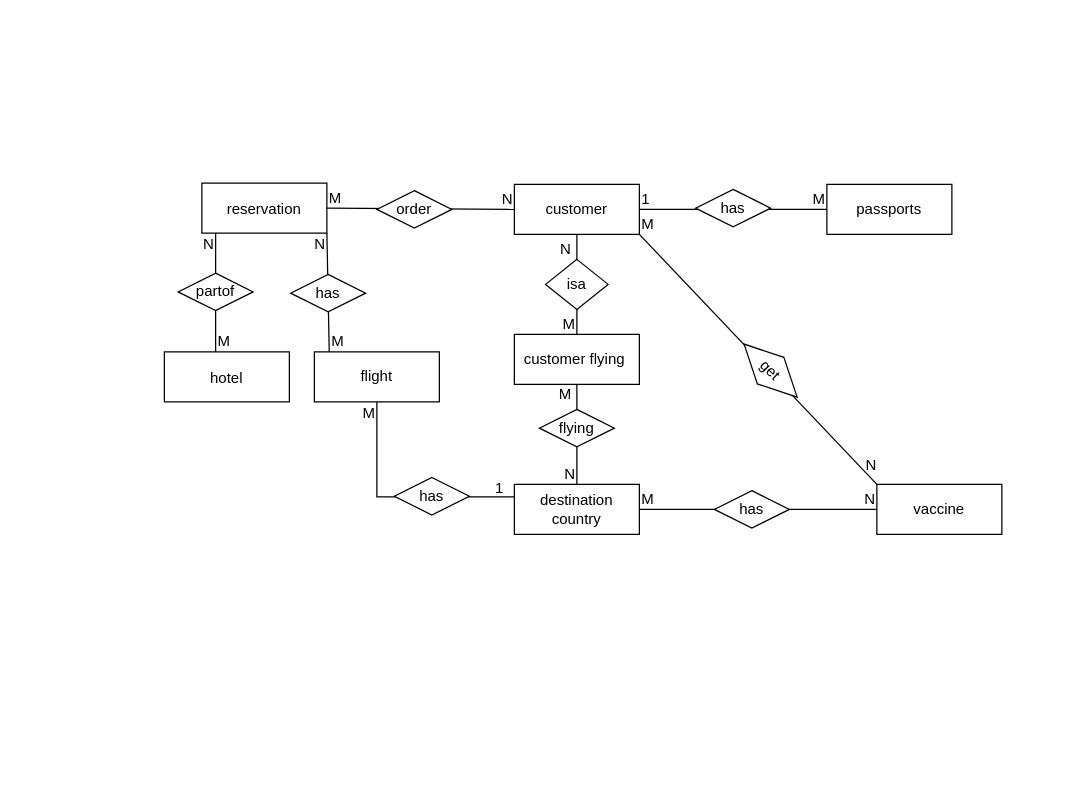
Earlier version of the draw.io diagram Tourist.drawio (oran950/DataBase_ERD). Source tidied: cells renumbered, new cells numbered last; positions are measured from the earlier drawing's top-left corner, leaving out a move shared by most shapes. Both pictures are drawn from the tidied source at 125%, with x=0, y=0 at pixel (164, 182).
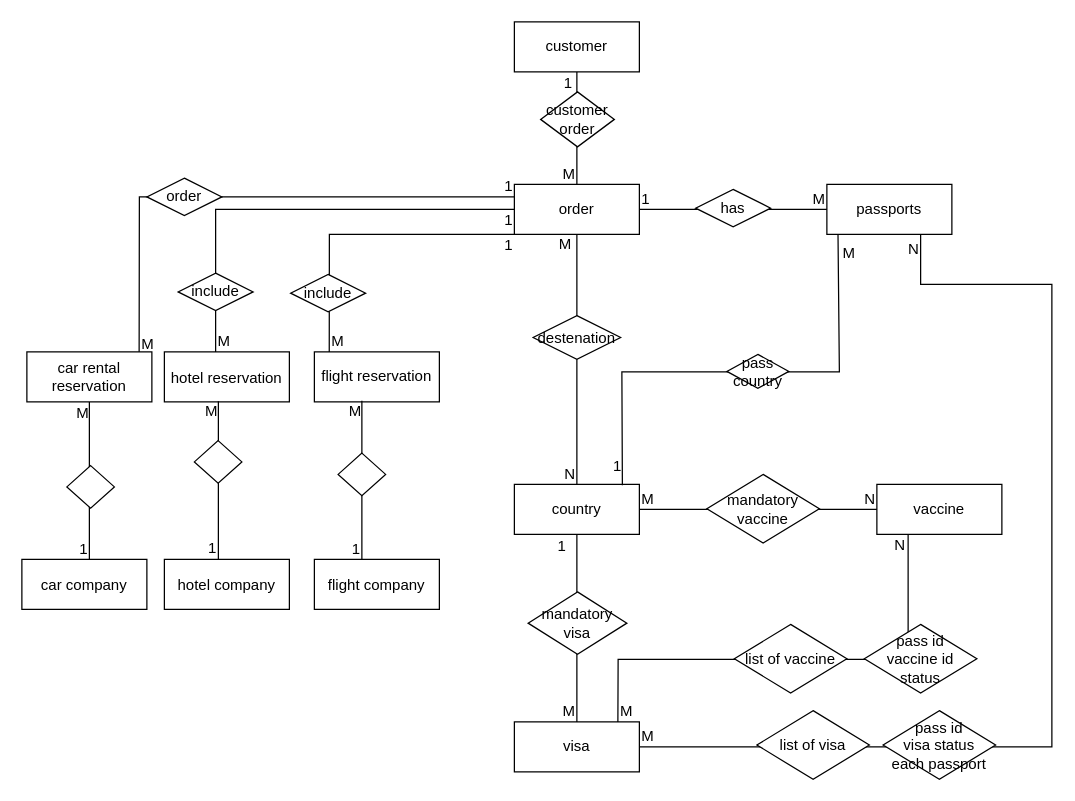
The same page after the edit.

The change refers to these unchanged cells:
```xml
<mxCell id="3" value="passports" style="whiteSpace=wrap;html=1;align=center;" parent="1" vertex="1">
  <mxGeometry x="530" y="1" width="100" height="40" as="geometry" />
</mxCell>
<mxCell id="5" value="vaccine" style="whiteSpace=wrap;html=1;align=center;" parent="1" vertex="1">
  <mxGeometry x="570" y="241" width="100" height="40" as="geometry" />
</mxCell>
```

Diff of the diagram source:
```diff
@@
-    <mxCell id="2" value="customer" style="whiteSpace=wrap;html=1;align=center;" parent="1" vertex="1">
+    <mxCell id="2" value="order" style="whiteSpace=wrap;html=1;align=center;" parent="1" vertex="1">
       <mxGeometry x="280" y="1" width="100" height="40" as="geometry" />
     </mxCell>
@@
-    <mxCell id="4" value="destination country" style="whiteSpace=wrap;html=1;align=center;" parent="1" vertex="1">
+    <mxCell id="4" value="country" style="whiteSpace=wrap;html=1;align=center;" parent="1" vertex="1">
       <mxGeometry x="280" y="241" width="100" height="40" as="geometry" />
     </mxCell>
@@
-    <mxCell id="6" value="reservation&lt;span style=&quot;font-size:11.0pt;line-height:107%;font-family:&amp;quot;Segoe UI&amp;quot;,sans-serif;&lt;br/&gt;mso-fareast-font-family:Calibri;mso-fareast-theme-font:minor-latin;color:#374151;&lt;br/&gt;mso-ansi-language:EN-US;mso-fareast-language:EN-US;mso-bidi-language:HE&quot;&gt;&lt;/span&gt;" style="whiteSpace=wrap;html=1;align=center;" parent="1" vertex="1">
-      <mxGeometry x="30" width="100" height="40" as="geometry" />
-    </mxCell>
-    <mxCell id="7" value="hotel&lt;span style=&quot;font-size:11.0pt;line-height:107%;font-family:&amp;quot;Segoe UI&amp;quot;,sans-serif;&lt;br/&gt;mso-fareast-font-family:Calibri;mso-fareast-theme-font:minor-latin;color:#374151;&lt;br/&gt;mso-ansi-language:EN-US;mso-fareast-language:EN-US;mso-bidi-language:HE&quot;&gt;&lt;/span&gt;" style="whiteSpace=wrap;html=1;align=center;" parent="1" vertex="1">
+    <mxCell id="7" value="hotel&amp;nbsp;&lt;span style=&quot;font-size:11.0pt;line-height:107%;font-family:&amp;quot;Segoe UI&amp;quot;,sans-serif;&lt;br/&gt;mso-fareast-font-family:Calibri;mso-fareast-theme-font:minor-latin;color:#374151;&lt;br/&gt;mso-ansi-language:EN-US;mso-fareast-language:EN-US;mso-bidi-language:HE&quot;&gt;&lt;/span&gt;reservation" style="whiteSpace=wrap;html=1;align=center;" parent="1" vertex="1">
       <mxGeometry y="135" width="100" height="40" as="geometry" />
     </mxCell>
-    <mxCell id="8" value="flight" style="whiteSpace=wrap;html=1;align=center;" parent="1" vertex="1">
+    <mxCell id="8" value="flight reservation" style="whiteSpace=wrap;html=1;align=center;" parent="1" vertex="1">
       <mxGeometry x="120" y="135" width="100" height="40" as="geometry" />
     </mxCell>
@@
-    <mxCell id="16" value="has" style="shape=rhombus;perimeter=rhombusPerimeter;whiteSpace=wrap;html=1;align=center;" parent="1" vertex="1">
-      <mxGeometry x="440" y="246" width="60" height="30" as="geometry" />
+    <mxCell id="16" value="mandatory vaccine" style="shape=rhombus;perimeter=rhombusPerimeter;whiteSpace=wrap;html=1;align=center;" parent="1" vertex="1">
+      <mxGeometry x="434" y="233" width="90" height="55" as="geometry" />
     </mxCell>
-    <mxCell id="17" value="customer&amp;nbsp;flying&amp;nbsp;" style="whiteSpace=wrap;html=1;align=center;" parent="1" vertex="1">
-      <mxGeometry x="280" y="121" width="100" height="40" as="geometry" />
-    </mxCell>
-    <mxCell id="18" style="endArrow=none;html=1;rounded=0;exitX=0.5;exitY=1;exitDx=0;exitDy=0;entryX=0.5;entryY=0;entryDx=0;entryDy=0;" parent="1" edge="1" source="2" target="17">
-      <mxGeometry relative="1" as="geometry" />
-    </mxCell>
-    <mxCell id="19" value="N" style="html=1;whiteSpace=wrap;align=left;verticalAlign=bottom;" parent="18" vertex="1">
-      <mxGeometry x="-1" relative="1" as="geometry">
-        <mxPoint x="-15" y="20" as="offset" />
-      </mxGeometry>
-    </mxCell>
-    <mxCell id="20" value="M" style="html=1;whiteSpace=wrap;align=right;verticalAlign=bottom;" parent="18" vertex="1">
-      <mxGeometry x="1" relative="1" as="geometry" />
-    </mxCell>
-    <mxCell id="21" value="isa" style="shape=rhombus;perimeter=rhombusPerimeter;whiteSpace=wrap;html=1;align=center;" parent="1" vertex="1">
-      <mxGeometry x="305" y="61" width="50" height="40" as="geometry" />
-    </mxCell>
-    <mxCell id="22" style="endArrow=none;html=1;rounded=0;exitX=0.5;exitY=1;exitDx=0;exitDy=0;entryX=0.5;entryY=0;entryDx=0;entryDy=0;" parent="1" edge="1" source="17" target="4">
+    <mxCell id="22" style="endArrow=none;html=1;rounded=0;entryX=0.5;entryY=0;entryDx=0;entryDy=0;" parent="1" edge="1" source="2" target="4">
       <mxGeometry relative="1" as="geometry" />
     </mxCell>
@@
-    <mxCell id="25" value="flying" style="shape=rhombus;perimeter=rhombusPerimeter;whiteSpace=wrap;html=1;align=center;" parent="1" vertex="1">
-      <mxGeometry x="300" y="181" width="60" height="30" as="geometry" />
+    <mxCell id="25" value="destenation" style="shape=rhombus;perimeter=rhombusPerimeter;whiteSpace=wrap;html=1;align=center;" parent="1" vertex="1">
+      <mxGeometry x="295" y="106" width="70" height="35" as="geometry" />
     </mxCell>
-    <mxCell id="26" style="endArrow=none;html=1;rounded=0;exitX=0.5;exitY=0;exitDx=0;exitDy=0;entryX=0.5;entryY=1;entryDx=0;entryDy=0;" parent="1" edge="1">
+    <mxCell id="26" style="endArrow=none;html=1;rounded=0;exitX=0.5;exitY=0;exitDx=0;exitDy=0;entryX=0;entryY=0.5;entryDx=0;entryDy=0;" parent="1" edge="1" target="2">
       <mxGeometry relative="1" as="geometry">
         <mxPoint x="41" y="135" as="sourcePoint" />
-        <mxPoint x="41" y="40" as="targetPoint" />
+        <Array as="points">
+          <mxPoint x="41" y="21" />
+        </Array>
       </mxGeometry>
     </mxCell>
@@
-    <mxCell id="28" value="N" style="html=1;whiteSpace=wrap;align=right;verticalAlign=bottom;" parent="26" vertex="1">
+    <mxCell id="28" value="1" style="html=1;whiteSpace=wrap;align=right;verticalAlign=bottom;" parent="26" vertex="1">
       <mxGeometry x="1" relative="1" as="geometry">
         <mxPoint y="17" as="offset" />
       </mxGeometry>
     </mxCell>
-    <mxCell id="29" value="partof" style="shape=rhombus;perimeter=rhombusPerimeter;whiteSpace=wrap;html=1;align=center;" parent="1" vertex="1">
+    <mxCell id="29" value="include" style="shape=rhombus;perimeter=rhombusPerimeter;whiteSpace=wrap;html=1;align=center;" parent="1" vertex="1">
       <mxGeometry x="11" y="72" width="60" height="30" as="geometry" />
     </mxCell>
-    <mxCell id="30" style="endArrow=none;html=1;rounded=0;exitX=1;exitY=0.5;exitDx=0;exitDy=0;entryX=0;entryY=0.5;entryDx=0;entryDy=0;" parent="1" edge="1" source="6" target="2">
-      <mxGeometry relative="1" as="geometry" />
+    <mxCell id="30" style="endArrow=none;html=1;rounded=0;entryX=0;entryY=0.25;entryDx=0;entryDy=0;exitX=0.898;exitY=0.046;exitDx=0;exitDy=0;exitPerimeter=0;" parent="1" edge="1" source="60" target="2">
+      <mxGeometry relative="1" as="geometry">
+        <Array as="points">
+          <mxPoint x="-20" y="11" />
+        </Array>
+      </mxGeometry>
     </mxCell>
@@
-    <mxCell id="32" value="N" style="html=1;whiteSpace=wrap;align=right;verticalAlign=bottom;" parent="30" vertex="1">
+    <mxCell id="32" value="1" style="html=1;whiteSpace=wrap;align=right;verticalAlign=bottom;" parent="30" vertex="1">
       <mxGeometry x="1" relative="1" as="geometry" />
     </mxCell>
     <mxCell id="33" value="order" style="shape=rhombus;perimeter=rhombusPerimeter;whiteSpace=wrap;html=1;align=center;" parent="1" vertex="1">
-      <mxGeometry x="170" y="6" width="60" height="30" as="geometry" />
+      <mxGeometry x="-14" y="-4" width="60" height="30" as="geometry" />
     </mxCell>
-    <mxCell id="34" style="endArrow=none;html=1;rounded=0;entryX=1;entryY=1;entryDx=0;entryDy=0;exitX=0.119;exitY=0.002;exitDx=0;exitDy=0;exitPerimeter=0;" parent="1" edge="1" source="8" target="6">
-      <mxGeometry relative="1" as="geometry" />
+    <mxCell id="34" style="endArrow=none;html=1;rounded=0;entryX=0;entryY=1;entryDx=0;entryDy=0;exitX=0.119;exitY=0.002;exitDx=0;exitDy=0;exitPerimeter=0;" parent="1" edge="1" source="8" target="2">
+      <mxGeometry relative="1" as="geometry">
+        <Array as="points">
+          <mxPoint x="132" y="41" />
+        </Array>
+      </mxGeometry>
     </mxCell>
@@
-    <mxCell id="36" value="N" style="html=1;whiteSpace=wrap;align=right;verticalAlign=bottom;" parent="34" vertex="1">
+    <mxCell id="36" value="1" style="html=1;whiteSpace=wrap;align=right;verticalAlign=bottom;" parent="34" vertex="1">
       <mxGeometry x="1" relative="1" as="geometry">
         <mxPoint y="17" as="offset" />
       </mxGeometry>
     </mxCell>
-    <mxCell id="37" value="has" style="shape=rhombus;perimeter=rhombusPerimeter;whiteSpace=wrap;html=1;align=center;" parent="1" vertex="1">
+    <mxCell id="37" value="include" style="shape=rhombus;perimeter=rhombusPerimeter;whiteSpace=wrap;html=1;align=center;" parent="1" vertex="1">
       <mxGeometry x="101" y="73" width="60" height="30" as="geometry" />
     </mxCell>
-    <mxCell id="38" style="endArrow=none;html=1;rounded=0;exitX=1;exitY=1;exitDx=0;exitDy=0;entryX=0;entryY=0;entryDx=0;entryDy=0;" parent="1" edge="1" source="2" target="5">
-      <mxGeometry relative="1" as="geometry" />
-    </mxCell>
-    <mxCell id="39" value="M" style="html=1;whiteSpace=wrap;align=left;verticalAlign=bottom;" parent="38" vertex="1">
-      <mxGeometry x="-1" relative="1" as="geometry" />
-    </mxCell>
-    <mxCell id="40" value="N" style="html=1;whiteSpace=wrap;align=right;verticalAlign=bottom;" parent="38" vertex="1">
-      <mxGeometry x="1" relative="1" as="geometry">
-        <mxPoint x="1" y="-7" as="offset" />
-      </mxGeometry>
-    </mxCell>
-    <mxCell id="41" value="get" style="shape=rhombus;perimeter=rhombusPerimeter;whiteSpace=wrap;html=1;align=center;rotation=45;" parent="1" vertex="1">
-      <mxGeometry x="455" y="135" width="60" height="30" as="geometry" />
-    </mxCell>
-    <mxCell id="42" style="endArrow=none;html=1;rounded=0;entryX=0.5;entryY=1;entryDx=0;entryDy=0;exitX=0;exitY=0.25;exitDx=0;exitDy=0;" parent="1" edge="1" source="4" target="8">
-      <mxGeometry relative="1" as="geometry">
-        <Array as="points">
-          <mxPoint x="170" y="251" />
-        </Array>
-      </mxGeometry>
-    </mxCell>
-    <mxCell id="43" value="1" style="html=1;whiteSpace=wrap;align=left;verticalAlign=bottom;" parent="42" vertex="1">
-      <mxGeometry x="-1" relative="1" as="geometry">
-        <mxPoint x="-17" y="1" as="offset" />
-      </mxGeometry>
-    </mxCell>
-    <mxCell id="44" value="M" style="html=1;whiteSpace=wrap;align=right;verticalAlign=bottom;" parent="42" vertex="1">
-      <mxGeometry x="1" relative="1" as="geometry">
-        <mxPoint y="17" as="offset" />
-      </mxGeometry>
-    </mxCell>
-    <mxCell id="45" value="has" style="shape=rhombus;perimeter=rhombusPerimeter;whiteSpace=wrap;html=1;align=center;" parent="1" vertex="1">
-      <mxGeometry x="184" y="235.5" width="60" height="30" as="geometry" />
-    </mxCell>
+    <mxCell id="46" value="customer" style="whiteSpace=wrap;html=1;align=center;" parent="1" vertex="1">
+      <mxGeometry x="280" y="-129" width="100" height="40" as="geometry" />
+    </mxCell>
+    <mxCell id="47" value="visa" style="whiteSpace=wrap;html=1;align=center;" parent="1" vertex="1">
+      <mxGeometry x="280" y="431" width="100" height="40" as="geometry" />
+    </mxCell>
+    <mxCell id="48" style="endArrow=none;html=1;rounded=0;exitX=0.5;exitY=1;exitDx=0;exitDy=0;" parent="1" edge="1" source="46" target="2">
+      <mxGeometry relative="1" as="geometry" />
+    </mxCell>
+    <mxCell id="49" value="1" style="html=1;whiteSpace=wrap;align=left;verticalAlign=bottom;" parent="48" vertex="1">
+      <mxGeometry x="-1" relative="1" as="geometry">
+        <mxPoint x="-12" y="17" as="offset" />
+      </mxGeometry>
+    </mxCell>
+    <mxCell id="50" value="M" style="html=1;whiteSpace=wrap;align=right;verticalAlign=bottom;" parent="48" vertex="1">
+      <mxGeometry x="1" relative="1" as="geometry" />
+    </mxCell>
+    <mxCell id="51" value="customer order" style="shape=rhombus;perimeter=rhombusPerimeter;whiteSpace=wrap;html=1;align=center;" parent="1" vertex="1">
+      <mxGeometry x="301" y="-73" width="59" height="44" as="geometry" />
+    </mxCell>
+    <mxCell id="52" style="endArrow=none;html=1;rounded=0;exitX=0.5;exitY=1;exitDx=0;exitDy=0;" parent="1" edge="1" source="4" target="47">
+      <mxGeometry relative="1" as="geometry" />
+    </mxCell>
+    <mxCell id="53" value="1" style="html=1;whiteSpace=wrap;align=left;verticalAlign=bottom;" parent="52" vertex="1">
+      <mxGeometry x="-1" relative="1" as="geometry">
+        <mxPoint x="-17" y="18" as="offset" />
+      </mxGeometry>
+    </mxCell>
+    <mxCell id="54" value="M" style="html=1;whiteSpace=wrap;align=right;verticalAlign=bottom;" parent="52" vertex="1">
+      <mxGeometry x="1" relative="1" as="geometry" />
+    </mxCell>
+    <mxCell id="55" value="mandatory visa" style="shape=rhombus;perimeter=rhombusPerimeter;whiteSpace=wrap;html=1;align=center;" parent="1" vertex="1">
+      <mxGeometry x="291" y="327" width="79" height="50" as="geometry" />
+    </mxCell>
+    <mxCell id="56" style="endArrow=none;html=1;rounded=0;entryX=0.864;entryY=0.017;entryDx=0;entryDy=0;entryPerimeter=0;exitX=0.089;exitY=0.991;exitDx=0;exitDy=0;exitPerimeter=0;" parent="1" edge="1" source="3" target="4">
+      <mxGeometry relative="1" as="geometry">
+        <Array as="points">
+          <mxPoint x="540" y="151" />
+          <mxPoint x="366" y="151" />
+        </Array>
+      </mxGeometry>
+    </mxCell>
+    <mxCell id="57" value="M" style="html=1;whiteSpace=wrap;align=left;verticalAlign=bottom;" parent="56" vertex="1">
+      <mxGeometry x="-1" relative="1" as="geometry">
+        <mxPoint x="2" y="23" as="offset" />
+      </mxGeometry>
+    </mxCell>
+    <mxCell id="58" value="1" style="html=1;whiteSpace=wrap;align=right;verticalAlign=bottom;" parent="56" vertex="1">
+      <mxGeometry x="1" relative="1" as="geometry">
+        <mxPoint x="1" y="-7" as="offset" />
+      </mxGeometry>
+    </mxCell>
+    <mxCell id="59" value="pass country" style="shape=rhombus;perimeter=rhombusPerimeter;whiteSpace=wrap;html=1;align=center;rotation=0;" parent="1" vertex="1">
+      <mxGeometry x="450" y="137" width="49.6" height="27.2" as="geometry" />
+    </mxCell>
+    <mxCell id="60" value="car rental reservation" style="whiteSpace=wrap;html=1;align=center;" parent="1" vertex="1">
+      <mxGeometry x="-110" y="135" width="100" height="40" as="geometry" />
+    </mxCell>
+    <mxCell id="61" value="hotel&amp;nbsp;&lt;span style=&quot;font-size:11.0pt;line-height:107%;font-family:&amp;quot;Segoe UI&amp;quot;,sans-serif;&lt;br/&gt;mso-fareast-font-family:Calibri;mso-fareast-theme-font:minor-latin;color:#374151;&lt;br/&gt;mso-ansi-language:EN-US;mso-fareast-language:EN-US;mso-bidi-language:HE&quot;&gt;&lt;/span&gt;company" style="whiteSpace=wrap;html=1;align=center;" parent="1" vertex="1">
+      <mxGeometry y="301" width="100" height="40" as="geometry" />
+    </mxCell>
+    <mxCell id="62" value="car&amp;nbsp;&lt;span style=&quot;font-size:11.0pt;line-height:107%;font-family:&amp;quot;Segoe UI&amp;quot;,sans-serif;&lt;br/&gt;mso-fareast-font-family:Calibri;mso-fareast-theme-font:minor-latin;color:#374151;&lt;br/&gt;mso-ansi-language:EN-US;mso-fareast-language:EN-US;mso-bidi-language:HE&quot;&gt;&lt;/span&gt;company" style="whiteSpace=wrap;html=1;align=center;" parent="1" vertex="1">
+      <mxGeometry x="-114" y="301" width="100" height="40" as="geometry" />
+    </mxCell>
+    <mxCell id="63" value="flight&amp;nbsp;&lt;span style=&quot;font-size:11.0pt;line-height:107%;font-family:&amp;quot;Segoe UI&amp;quot;,sans-serif;&lt;br/&gt;mso-fareast-font-family:Calibri;mso-fareast-theme-font:minor-latin;color:#374151;&lt;br/&gt;mso-ansi-language:EN-US;mso-fareast-language:EN-US;mso-bidi-language:HE&quot;&gt;&lt;/span&gt;company" style="whiteSpace=wrap;html=1;align=center;" parent="1" vertex="1">
+      <mxGeometry x="120" y="301" width="100" height="40" as="geometry" />
+    </mxCell>
+    <mxCell id="64" style="endArrow=none;html=1;rounded=0;exitX=0.432;exitY=0.985;exitDx=0;exitDy=0;exitPerimeter=0;entryX=0.432;entryY=-0.004;entryDx=0;entryDy=0;entryPerimeter=0;" parent="1" edge="1" source="7" target="61">
+      <mxGeometry relative="1" as="geometry" />
+    </mxCell>
+    <mxCell id="65" value="M" style="html=1;whiteSpace=wrap;align=left;verticalAlign=bottom;" parent="64" vertex="1">
+      <mxGeometry x="-1" relative="1" as="geometry">
+        <mxPoint x="-12" y="17" as="offset" />
+      </mxGeometry>
+    </mxCell>
+    <mxCell id="66" value="1" style="html=1;whiteSpace=wrap;align=right;verticalAlign=bottom;" parent="64" vertex="1">
+      <mxGeometry x="1" relative="1" as="geometry" />
+    </mxCell>
+    <mxCell id="67" style="shape=rhombus;perimeter=rhombusPerimeter;whiteSpace=wrap;html=1;align=center;" parent="1" vertex="1">
+      <mxGeometry x="24" y="206" width="38" height="34" as="geometry" />
+    </mxCell>
+    <mxCell id="68" style="endArrow=none;html=1;rounded=0;exitX=1;exitY=0.5;exitDx=0;exitDy=0;entryX=0.75;entryY=1;entryDx=0;entryDy=0;" parent="1" edge="1" source="47" target="3">
+      <mxGeometry relative="1" as="geometry">
+        <Array as="points">
+          <mxPoint x="710" y="451" />
+          <mxPoint x="710" y="81" />
+          <mxPoint x="605" y="81" />
+        </Array>
+      </mxGeometry>
+    </mxCell>
+    <mxCell id="69" value="M" style="html=1;whiteSpace=wrap;align=left;verticalAlign=bottom;" parent="68" vertex="1">
+      <mxGeometry x="-1" relative="1" as="geometry" />
+    </mxCell>
+    <mxCell id="70" value="N" style="html=1;whiteSpace=wrap;align=right;verticalAlign=bottom;" parent="68" vertex="1">
+      <mxGeometry x="1" relative="1" as="geometry">
+        <mxPoint y="20" as="offset" />
+      </mxGeometry>
+    </mxCell>
+    <mxCell id="71" value="list of visa" style="shape=rhombus;perimeter=rhombusPerimeter;whiteSpace=wrap;html=1;align=center;" parent="1" vertex="1">
+      <mxGeometry x="474" y="422" width="90" height="55" as="geometry" />
+    </mxCell>
+    <mxCell id="72" value="pass id&lt;br&gt;visa status&lt;br&gt;each passport" style="shape=rhombus;perimeter=rhombusPerimeter;whiteSpace=wrap;html=1;align=center;" parent="1" vertex="1">
+      <mxGeometry x="575" y="422" width="90" height="55" as="geometry" />
+    </mxCell>
+    <mxCell id="73" style="endArrow=none;html=1;rounded=0;exitX=0.828;exitY=0.003;exitDx=0;exitDy=0;entryX=0.25;entryY=1;entryDx=0;entryDy=0;exitPerimeter=0;" parent="1" edge="1" source="47" target="5">
+      <mxGeometry relative="1" as="geometry">
+        <Array as="points">
+          <mxPoint x="363" y="381" />
+          <mxPoint x="595" y="381" />
+        </Array>
+      </mxGeometry>
+    </mxCell>
+    <mxCell id="74" value="M" style="html=1;whiteSpace=wrap;align=left;verticalAlign=bottom;" parent="73" vertex="1">
+      <mxGeometry x="-1" relative="1" as="geometry" />
+    </mxCell>
+    <mxCell id="75" value="N" style="html=1;whiteSpace=wrap;align=right;verticalAlign=bottom;" parent="73" vertex="1">
+      <mxGeometry x="1" relative="1" as="geometry">
+        <mxPoint x="-1" y="17" as="offset" />
+      </mxGeometry>
+    </mxCell>
+    <mxCell id="76" value="list of vaccine" style="shape=rhombus;perimeter=rhombusPerimeter;whiteSpace=wrap;html=1;align=center;" parent="1" vertex="1">
+      <mxGeometry x="456" y="353" width="90" height="55" as="geometry" />
+    </mxCell>
+    <mxCell id="77" value="pass id&lt;br&gt;vaccine id&lt;br&gt;status" style="shape=rhombus;perimeter=rhombusPerimeter;whiteSpace=wrap;html=1;align=center;" parent="1" vertex="1">
+      <mxGeometry x="560" y="353" width="90" height="55" as="geometry" />
+    </mxCell>
+    <mxCell id="78" style="endArrow=none;html=1;rounded=0;exitX=0.38;exitY=0.979;exitDx=0;exitDy=0;exitPerimeter=0;entryX=0.38;entryY=0.014;entryDx=0;entryDy=0;entryPerimeter=0;" parent="1" edge="1" source="8" target="63">
+      <mxGeometry relative="1" as="geometry" />
+    </mxCell>
+    <mxCell id="79" value="M" style="html=1;whiteSpace=wrap;align=left;verticalAlign=bottom;" parent="78" vertex="1">
+      <mxGeometry x="-1" relative="1" as="geometry">
+        <mxPoint x="-12" y="17" as="offset" />
+      </mxGeometry>
+    </mxCell>
+    <mxCell id="80" value="1" style="html=1;whiteSpace=wrap;align=right;verticalAlign=bottom;" parent="78" vertex="1">
+      <mxGeometry x="1" relative="1" as="geometry" />
+    </mxCell>
+    <mxCell id="81" style="shape=rhombus;perimeter=rhombusPerimeter;whiteSpace=wrap;html=1;align=center;" parent="1" vertex="1">
+      <mxGeometry x="139" y="216" width="38" height="34" as="geometry" />
+    </mxCell>
+    <mxCell id="82" style="endArrow=none;html=1;rounded=0;exitX=0.5;exitY=1;exitDx=0;exitDy=0;" parent="1" edge="1" source="60">
+      <mxGeometry relative="1" as="geometry">
+        <mxPoint x="-60" y="301" as="targetPoint" />
+      </mxGeometry>
+    </mxCell>
+    <mxCell id="83" value="M" style="html=1;whiteSpace=wrap;align=left;verticalAlign=bottom;" parent="82" vertex="1">
+      <mxGeometry x="-1" relative="1" as="geometry">
+        <mxPoint x="-12" y="17" as="offset" />
+      </mxGeometry>
+    </mxCell>
+    <mxCell id="84" value="1" style="html=1;whiteSpace=wrap;align=right;verticalAlign=bottom;" parent="82" vertex="1">
+      <mxGeometry x="1" relative="1" as="geometry" />
+    </mxCell>
+    <mxCell id="85" style="shape=rhombus;perimeter=rhombusPerimeter;whiteSpace=wrap;html=1;align=center;" parent="1" vertex="1">
+      <mxGeometry x="-78" y="226" width="38" height="34" as="geometry" />
+    </mxCell>
```
